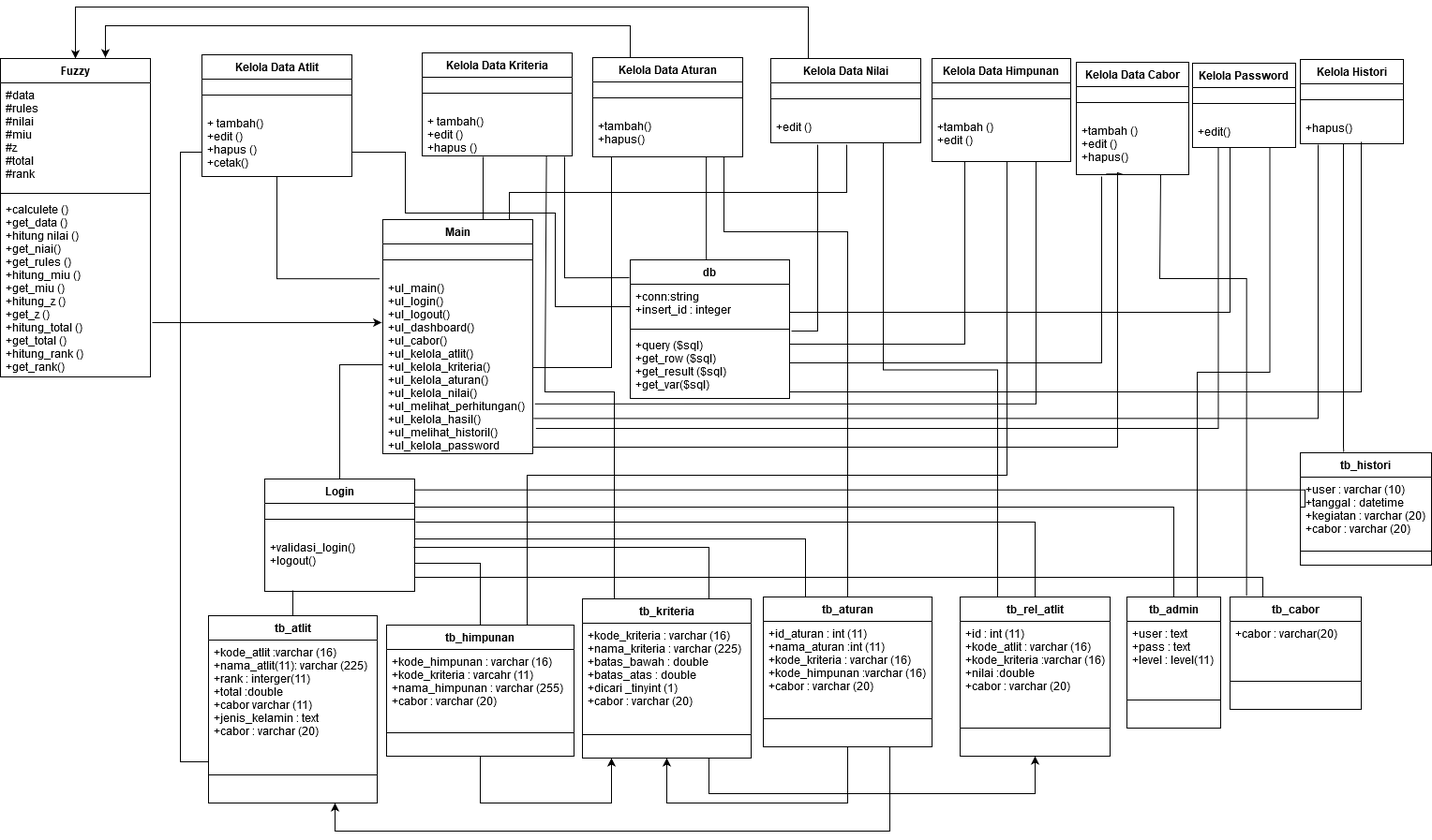
Before: Untitled Diagram.png, a diagram exported from draw.io (NuriCandrawati/nuri-resolusi). Source tidied: cells renumbered, new cells last; positions are measured from the earlier drawing's top-left corner, leaving out a move shared by most shapes.
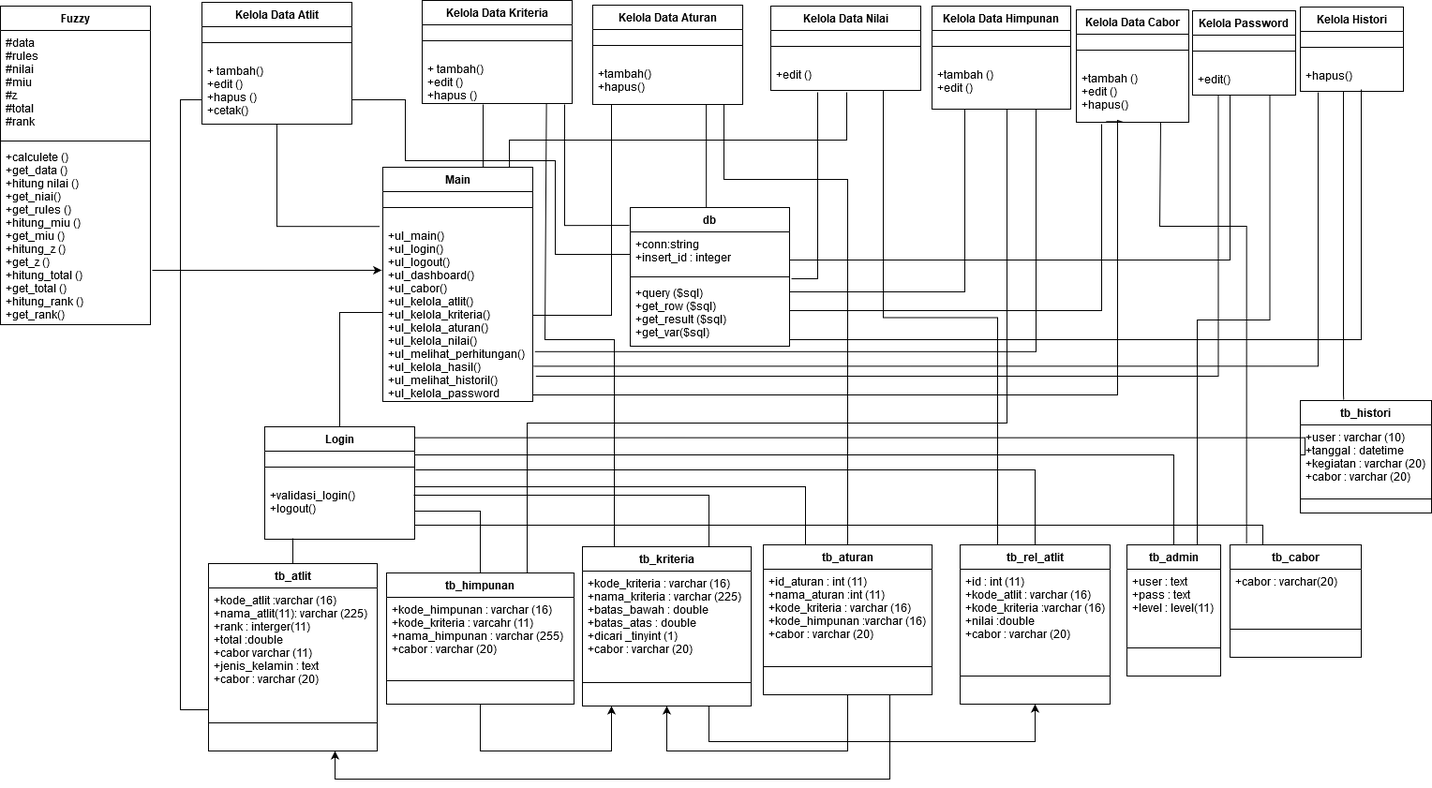
Later version of the same file.

What changed in the source:
```diff
@@ -32,14 +32,6 @@
     <mxCell id="5" style="edgeStyle=orthogonalEdgeStyle;rounded=0;jettySize=auto;html=1;exitX=0.75;exitY=1;exitDx=0;exitDy=0;entryX=0.25;entryY=0;entryDx=0;entryDy=0;endArrow=none;endFill=0;" parent="1" edge="1" source="7" target="38">
       <mxGeometry relative="1" as="geometry" />
     </mxCell>
-    <mxCell id="6" style="edgeStyle=orthogonalEdgeStyle;rounded=0;jettySize=auto;html=1;exitX=0.25;exitY=0;exitDx=0;exitDy=0;entryX=0.5;entryY=0;entryDx=0;entryDy=0;" parent="1" edge="1" source="7" target="95">
-      <mxGeometry relative="1" as="geometry">
-        <Array as="points">
-          <mxPoint x="862" />
-          <mxPoint x="80" />
-        </Array>
-      </mxGeometry>
-    </mxCell>
     <mxCell id="7" value="Kelola Data Nilai" style="swimlane;fontStyle=1;align=center;verticalAlign=top;horizontal=1;startSize=26;" parent="1" vertex="1">
       <mxGeometry x="822" y="55" width="160" height="90" as="geometry" />
     </mxCell>
@@ -304,15 +296,6 @@
         </Array>
       </mxGeometry>
     </mxCell>
-    <mxCell id="64" style="edgeStyle=orthogonalEdgeStyle;rounded=0;jettySize=auto;html=1;exitX=0.25;exitY=0;exitDx=0;exitDy=0;" parent="1" edge="1" source="65">
-      <mxGeometry relative="1" as="geometry">
-        <mxPoint x="112" y="54" as="targetPoint" />
-        <Array as="points">
-          <mxPoint x="672" y="20" />
-          <mxPoint x="112" y="20" />
-        </Array>
-      </mxGeometry>
-    </mxCell>
     <mxCell id="65" value="Kelola Data Aturan" style="swimlane;fontStyle=1;align=center;verticalAlign=top;horizontal=1;startSize=26;" parent="1" vertex="1">
       <mxGeometry x="632" y="54" width="160" height="106" as="geometry" />
     </mxCell>
```
